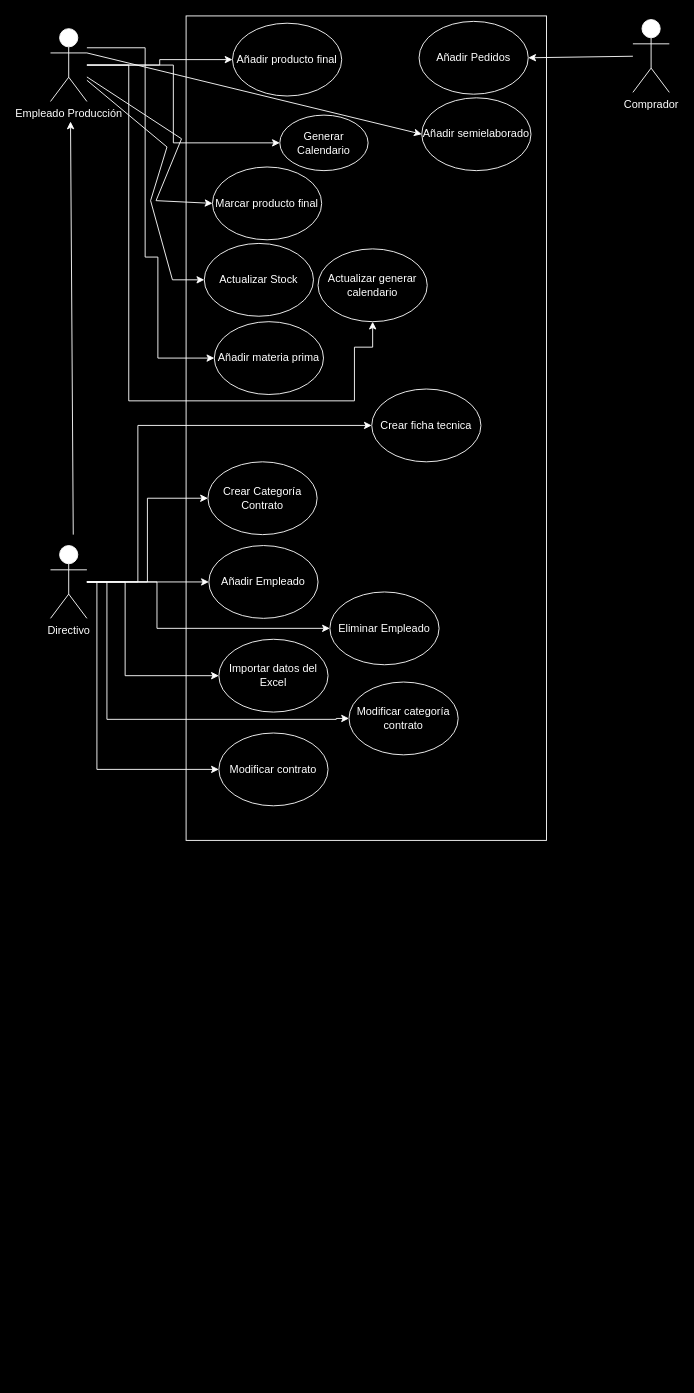
Earlier version of the draw.io diagram assets/Diagramas Casos de Uso/Diagrama casos uso.drawio (gis-ir/IR-02-11). Source tidied: cells renumbered, new cells numbered last; positions are measured from the earlier drawing's top-left corner, leaving out a move shared by most shapes. Both pictures are drawn from the tidied source at 91%, with x=0, y=0 at pixel (50, 15).
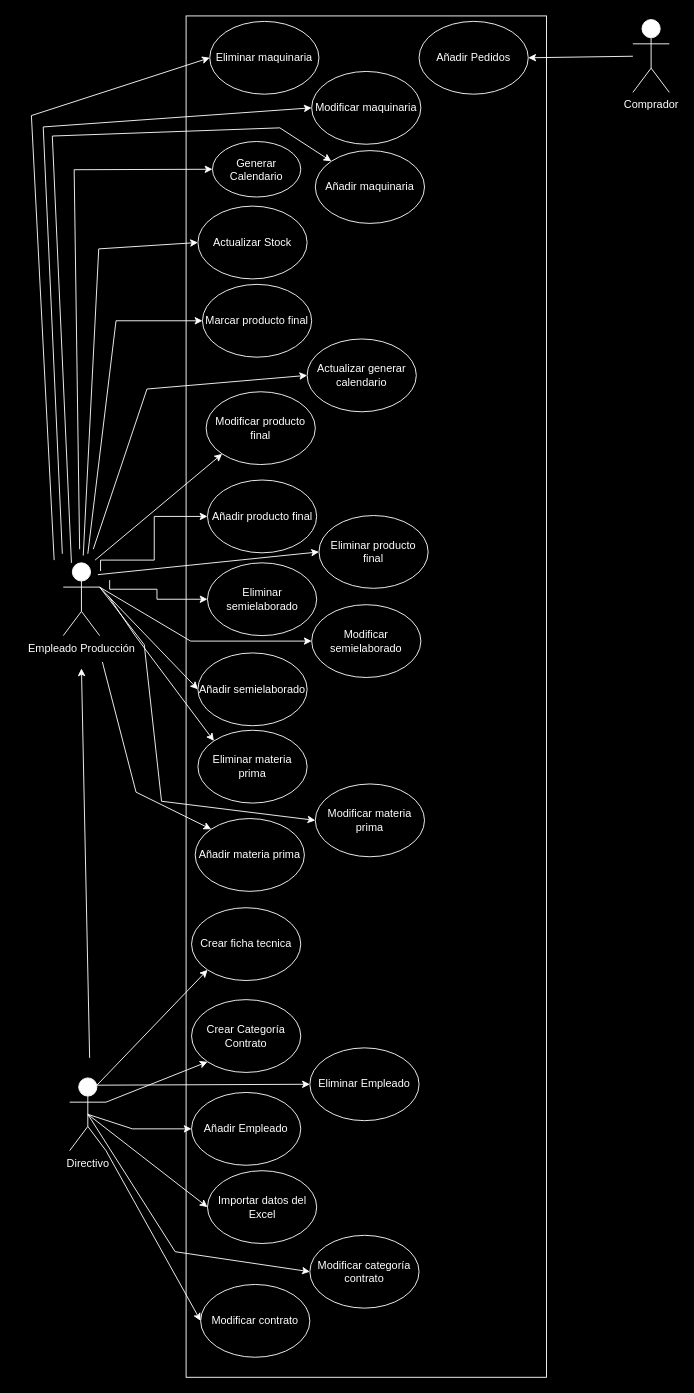
After the change.

Commit message (it also covers changes not shown here):
diagrama casos uso ultimo

Change to the diagram source:
```diff
@@
     <mxCell id="2" value="&lt;font color=&quot;#ffffff&quot;&gt;Directivo&lt;/font&gt;" style="shape=umlActor;verticalLabelPosition=bottom;verticalAlign=top;html=1;outlineConnect=0;strokeColor=#FFFFFF;" parent="1" vertex="1">
-      <mxGeometry y="582" width="40" height="80" as="geometry" />
+      <mxGeometry x="21" y="1167" width="40" height="80" as="geometry" />
     </mxCell>
-    <mxCell id="3" style="edgeStyle=orthogonalEdgeStyle;rounded=0;jettySize=auto;html=1;" parent="1" edge="1" source="4">
-      <mxGeometry relative="1" as="geometry">
-        <mxPoint x="49" y="276" as="targetPoint" />
-      </mxGeometry>
-    </mxCell>
-    <mxCell id="4" value="&lt;font color=&quot;#ffffff&quot;&gt;Empleado Producción&lt;/font&gt;" style="shape=umlActor;verticalLabelPosition=bottom;verticalAlign=top;html=1;outlineConnect=0;strokeColor=#FFFFFF;" parent="1" vertex="1">
-      <mxGeometry y="14" width="40" height="80" as="geometry" />
-    </mxCell>
     <mxCell id="5" style="rounded=0;whiteSpace=wrap;html=1;strokeColor=#FFFFFF;gradientColor=none;fillColor=#000000;" parent="1" vertex="1">
-      <mxGeometry x="149" width="396" height="906" as="geometry" />
+      <mxGeometry x="149" width="396" height="1496" as="geometry" />
     </mxCell>
-    <mxCell id="6" style="endArrow=classic;html=1;rounded=0;strokeColor=#FFFFFF;" parent="1" edge="1">
-      <mxGeometry relative="1" as="geometry">
-        <mxPoint x="25" y="570" as="sourcePoint" />
-        <mxPoint x="22" y="116" as="targetPoint" />
-      </mxGeometry>
-    </mxCell>
     <mxCell id="7" value="Añadir Empleado" style="ellipse;whiteSpace=wrap;html=1;strokeColor=#FFFFFF;fillColor=none;fontColor=#FFFFFF;" parent="1" vertex="1">
-      <mxGeometry x="174" y="582" width="120" height="80" as="geometry" />
+      <mxGeometry x="155" y="1183" width="120" height="80" as="geometry" />
     </mxCell>
@@
     <mxCell id="9" value="Actualizar Stock" style="ellipse;whiteSpace=wrap;html=1;strokeColor=#FFFFFF;fillColor=#000000;fontColor=#FFFFFF;" parent="1" vertex="1">
-      <mxGeometry x="169" y="250" width="120" height="80" as="geometry" />
+      <mxGeometry x="162" y="209" width="120" height="80" as="geometry" />
     </mxCell>
     <mxCell id="10" value="Marcar producto final" style="ellipse;whiteSpace=wrap;html=1;strokeColor=#FFFFFF;fillColor=#000000;fontColor=#FFFFFF;" parent="1" vertex="1">
-      <mxGeometry x="178" y="166" width="120" height="80" as="geometry" />
+      <mxGeometry x="167" y="295" width="120" height="80" as="geometry" />
     </mxCell>
-    <mxCell id="11" style="endArrow=classic;html=1;rounded=0;entryX=0;entryY=0.5;entryDx=0;entryDy=0;strokeColor=#FFFFFF;" parent="1" edge="1" source="2" target="7">
-      <mxGeometry relative="1" as="geometry" />
-    </mxCell>
@@
-    <mxCell id="13" style="endArrow=classic;html=1;rounded=0;entryX=0;entryY=0.5;entryDx=0;entryDy=0;strokeColor=#FFFFFF;" parent="1" edge="1" source="4" target="9">
-      <mxGeometry relative="1" as="geometry">
-        <Array as="points">
-          <mxPoint x="128" y="144" />
-          <mxPoint x="110" y="203" />
-          <mxPoint x="134" y="290" />
-        </Array>
-      </mxGeometry>
-    </mxCell>
-    <mxCell id="14" style="endArrow=classic;html=1;rounded=0;entryX=0;entryY=0.5;entryDx=0;entryDy=0;strokeColor=#FFFFFF;" parent="1" edge="1" source="4" target="10">
-      <mxGeometry relative="1" as="geometry">
-        <Array as="points">
-          <mxPoint x="144" y="135" />
-          <mxPoint x="116" y="203" />
-        </Array>
-      </mxGeometry>
-    </mxCell>
@@
     <mxCell id="16" value="Importar datos del Excel" style="ellipse;whiteSpace=wrap;html=1;strokeColor=#FFFFFF;fillColor=none;fontColor=#FFFFFF;" parent="1" vertex="1">
-      <mxGeometry x="185" y="685" width="120" height="80" as="geometry" />
+      <mxGeometry x="172.5" y="1269" width="120" height="80" as="geometry" />
     </mxCell>
-    <mxCell id="17" style="edgeStyle=orthogonalEdgeStyle;rounded=0;jettySize=auto;html=1;strokeColor=#FFFFFF;entryX=0;entryY=0.5;entryDx=0;entryDy=0;" parent="1" edge="1" source="2" target="16">
-      <mxGeometry relative="1" as="geometry">
-        <Array as="points">
-          <mxPoint x="82" y="622" />
-          <mxPoint x="82" y="725" />
-        </Array>
-      </mxGeometry>
-    </mxCell>
     <mxCell id="18" value="Añadir materia prima" style="ellipse;whiteSpace=wrap;html=1;strokeColor=#FFFFFF;fillColor=none;fontColor=#FFFFFF;" parent="1" vertex="1">
-      <mxGeometry x="180" y="336" width="120" height="80" as="geometry" />
+      <mxGeometry x="159" y="882" width="120" height="80" as="geometry" />
     </mxCell>
-    <mxCell id="19" style="edgeStyle=orthogonalEdgeStyle;rounded=0;jettySize=auto;html=1;strokeColor=#FFFFFF;entryX=0;entryY=0.5;entryDx=0;entryDy=0;" parent="1" edge="1" source="4" target="18">
-      <mxGeometry relative="1" as="geometry">
-        <Array as="points">
-          <mxPoint x="104" y="35" />
-          <mxPoint x="104" y="265" />
-          <mxPoint x="118" y="265" />
-          <mxPoint x="118" y="376" />
-        </Array>
-      </mxGeometry>
-    </mxCell>
     <mxCell id="20" value="Añadir semielaborado" style="ellipse;whiteSpace=wrap;html=1;strokeColor=#FFFFFF;fillColor=none;fontColor=#FFFFFF;" parent="1" vertex="1">
-      <mxGeometry x="408" y="90" width="120" height="80" as="geometry" />
+      <mxGeometry x="162" y="700" width="120" height="80" as="geometry" />
     </mxCell>
@@
     <mxCell id="22" value="Crear ficha tecnica" style="ellipse;whiteSpace=wrap;html=1;strokeColor=#FFFFFF;fillColor=none;fontColor=#FFFFFF;" parent="1" vertex="1">
-      <mxGeometry x="353" y="410" width="120" height="80" as="geometry" />
+      <mxGeometry x="155" y="980" width="120" height="80" as="geometry" />
     </mxCell>
-    <mxCell id="23" style="edgeStyle=orthogonalEdgeStyle;rounded=0;jettySize=auto;html=1;entryX=0;entryY=0.5;entryDx=0;entryDy=0;strokeColor=#FFFFFF;" parent="1" edge="1" source="2" target="22">
-      <mxGeometry relative="1" as="geometry">
-        <Array as="points">
-          <mxPoint x="96" y="622" />
-          <mxPoint x="96" y="450" />
-        </Array>
-      </mxGeometry>
-    </mxCell>
     <mxCell id="24" value="Eliminar Empleado" style="ellipse;whiteSpace=wrap;html=1;strokeColor=#FFFFFF;fillColor=none;fontColor=#FFFFFF;" parent="1" vertex="1">
-      <mxGeometry x="307" y="633" width="120" height="80" as="geometry" />
+      <mxGeometry x="285" y="1134" width="120" height="80" as="geometry" />
     </mxCell>
-    <mxCell id="25" style="edgeStyle=orthogonalEdgeStyle;rounded=0;jettySize=auto;html=1;entryX=0;entryY=0.5;entryDx=0;entryDy=0;strokeColor=#FFFFFF;" parent="1" edge="1" source="2" target="24">
-      <mxGeometry relative="1" as="geometry">
-        <Array as="points">
-          <mxPoint x="117" y="622" />
-          <mxPoint x="117" y="673" />
-        </Array>
-      </mxGeometry>
-    </mxCell>
     <mxCell id="26" value="Crear Categoría Contrato" style="ellipse;whiteSpace=wrap;html=1;strokeColor=#FFFFFF;fillColor=none;fontColor=#FFFFFF;" parent="1" vertex="1">
-      <mxGeometry x="173" y="490" width="120" height="80" as="geometry" />
+      <mxGeometry x="155" y="1081" width="120" height="80" as="geometry" />
     </mxCell>
-    <mxCell id="27" style="edgeStyle=orthogonalEdgeStyle;rounded=0;jettySize=auto;html=1;entryX=0;entryY=0.5;entryDx=0;entryDy=0;strokeColor=#ffffff;" parent="1" edge="1" source="2" target="26">
-      <mxGeometry relative="1" as="geometry" />
-    </mxCell>
     <mxCell id="28" value="Modificar categoría contrato" style="ellipse;whiteSpace=wrap;html=1;strokeColor=#FFFFFF;fillColor=none;fontColor=#FFFFFF;" parent="1" vertex="1">
-      <mxGeometry x="328" y="732" width="120" height="80" as="geometry" />
+      <mxGeometry x="285" y="1340" width="120" height="80" as="geometry" />
     </mxCell>
-    <mxCell id="29" style="edgeStyle=orthogonalEdgeStyle;rounded=0;jettySize=auto;html=1;entryX=0;entryY=0.5;entryDx=0;entryDy=0;strokeColor=#FFFFFF;" parent="1" edge="1" source="2" target="28">
-      <mxGeometry relative="1" as="geometry">
-        <Array as="points">
-          <mxPoint x="62" y="622" />
-          <mxPoint x="62" y="773" />
-          <mxPoint x="314" y="773" />
-        </Array>
-      </mxGeometry>
-    </mxCell>
     <mxCell id="30" value="Modificar contrato" style="ellipse;whiteSpace=wrap;html=1;strokeColor=#FFFFFF;fillColor=none;fontColor=#FFFFFF;" parent="1" vertex="1">
-      <mxGeometry x="185" y="788" width="120" height="80" as="geometry" />
+      <mxGeometry x="165" y="1394" width="120" height="80" as="geometry" />
     </mxCell>
-    <mxCell id="31" style="edgeStyle=orthogonalEdgeStyle;rounded=0;jettySize=auto;html=1;entryX=0;entryY=0.5;entryDx=0;entryDy=0;strokeColor=#FFFFFF;" parent="1" edge="1" source="2" target="30">
-      <mxGeometry relative="1" as="geometry">
-        <Array as="points">
-          <mxPoint x="51" y="622" />
-          <mxPoint x="51" y="828" />
-        </Array>
-      </mxGeometry>
-    </mxCell>
     <mxCell id="32" value="Añadir producto final" style="ellipse;whiteSpace=wrap;html=1;strokeColor=#FFFFFF;fillColor=none;fontColor=#FFFFFF;" parent="1" vertex="1">
-      <mxGeometry x="200" y="8" width="120" height="80" as="geometry" />
+      <mxGeometry x="172.5" y="510" width="120" height="80" as="geometry" />
     </mxCell>
-    <mxCell id="33" style="edgeStyle=orthogonalEdgeStyle;rounded=0;jettySize=auto;html=1;entryX=0;entryY=0.5;entryDx=0;entryDy=0;strokeColor=#FFFFFF;" parent="1" edge="1" source="4" target="32">
-      <mxGeometry relative="1" as="geometry" />
+    <mxCell id="33" style="edgeStyle=orthogonalEdgeStyle;rounded=0;jettySize=auto;html=1;entryX=0;entryY=0.5;entryDx=0;entryDy=0;strokeColor=#FFFFFF;" parent="1" edge="1" target="32">
+      <mxGeometry relative="1" as="geometry">
+        <mxPoint x="55" y="610" as="sourcePoint" />
+        <Array as="points">
+          <mxPoint x="55" y="598" />
+          <mxPoint x="114" y="598" />
+          <mxPoint x="114" y="550" />
+        </Array>
+      </mxGeometry>
     </mxCell>
     <mxCell id="34" value="Generar Calendario" style="ellipse;whiteSpace=wrap;html=1;strokeColor=#FFFFFF;fillColor=#000000;fontColor=#FFFFFF;" parent="1" vertex="1">
-      <mxGeometry x="252" y="109" width="97" height="61" as="geometry" />
+      <mxGeometry x="178" y="138" width="97" height="61" as="geometry" />
     </mxCell>
-    <mxCell id="35" style="edgeStyle=orthogonalEdgeStyle;rounded=0;jettySize=auto;html=1;entryX=0;entryY=0.5;entryDx=0;entryDy=0;strokeColor=#FFFFFF;" parent="1" edge="1" source="4" target="34">
-      <mxGeometry relative="1" as="geometry">
-        <Array as="points">
-          <mxPoint x="135" y="54" />
-          <mxPoint x="135" y="140" />
-        </Array>
-      </mxGeometry>
-    </mxCell>
     <mxCell id="36" value="Actualizar generar calendario" style="ellipse;whiteSpace=wrap;html=1;strokeColor=#FFFFFF;fillColor=#000000;fontColor=#FFFFFF;" parent="1" vertex="1">
-      <mxGeometry x="294" y="256" width="120" height="80" as="geometry" />
+      <mxGeometry x="282" y="355" width="120" height="80" as="geometry" />
     </mxCell>
-    <mxCell id="37" style="edgeStyle=orthogonalEdgeStyle;rounded=0;jettySize=auto;html=1;entryX=0.5;entryY=1;entryDx=0;entryDy=0;strokeColor=#FFFFFF;" parent="1" edge="1" source="4" target="36">
-      <mxGeometry relative="1" as="geometry">
-        <Array as="points">
-          <mxPoint x="86" y="54" />
-          <mxPoint x="86" y="423" />
-          <mxPoint x="334" y="423" />
-          <mxPoint x="334" y="364" />
-          <mxPoint x="354" y="364" />
-        </Array>
-      </mxGeometry>
-    </mxCell>
+    <mxCell id="31" style="endArrow=classic;html=1;rounded=0;strokeColor=#FFFFFF;exitX=1;exitY=1;exitDx=0;exitDy=0;exitPerimeter=0;entryX=0;entryY=0.5;entryDx=0;entryDy=0;" parent="1" edge="1" source="2" target="30">
+      <mxGeometry relative="1" as="geometry" />
+    </mxCell>
+    <mxCell id="11" style="endArrow=classic;html=1;rounded=0;strokeColor=#FFFFFF;exitX=0.5;exitY=0.5;exitDx=0;exitDy=0;exitPerimeter=0;entryX=0;entryY=0.5;entryDx=0;entryDy=0;" parent="1" edge="1" source="2" target="7">
+      <mxGeometry relative="1" as="geometry">
+        <Array as="points">
+          <mxPoint x="90" y="1223" />
+        </Array>
+      </mxGeometry>
+    </mxCell>
+    <mxCell id="17" style="endArrow=classic;html=1;rounded=0;strokeColor=#FFFFFF;exitX=0.5;exitY=0.5;exitDx=0;exitDy=0;exitPerimeter=0;entryX=0;entryY=0.5;entryDx=0;entryDy=0;" parent="1" edge="1" source="2" target="16">
+      <mxGeometry relative="1" as="geometry" />
+    </mxCell>
+    <mxCell id="23" style="endArrow=classic;html=1;rounded=0;strokeColor=#FFFFFF;exitX=0.75;exitY=0.1;exitDx=0;exitDy=0;exitPerimeter=0;entryX=0;entryY=1;entryDx=0;entryDy=0;" parent="1" edge="1" source="2" target="22">
+      <mxGeometry relative="1" as="geometry" />
+    </mxCell>
+    <mxCell id="27" style="endArrow=classic;html=1;rounded=0;strokeColor=#FFFFFF;exitX=1;exitY=0.3333333333333333;exitDx=0;exitDy=0;exitPerimeter=0;entryX=0;entryY=1;entryDx=0;entryDy=0;" parent="1" edge="1" source="2" target="26">
+      <mxGeometry relative="1" as="geometry" />
+    </mxCell>
+    <mxCell id="25" style="endArrow=classic;html=1;rounded=0;strokeColor=#FFFFFF;exitX=0.75;exitY=0.1;exitDx=0;exitDy=0;exitPerimeter=0;entryX=0;entryY=0.5;entryDx=0;entryDy=0;" parent="1" edge="1" source="2" target="24">
+      <mxGeometry relative="1" as="geometry" />
+    </mxCell>
+    <mxCell id="29" style="endArrow=classic;html=1;rounded=0;strokeColor=#FFFFFF;exitX=0.5;exitY=0.5;exitDx=0;exitDy=0;exitPerimeter=0;entryX=0;entryY=0.5;entryDx=0;entryDy=0;" parent="1" edge="1" source="2" target="28">
+      <mxGeometry relative="1" as="geometry">
+        <Array as="points">
+          <mxPoint x="137" y="1358" />
+        </Array>
+      </mxGeometry>
+    </mxCell>
+    <mxCell id="38" style="endArrow=classic;html=1;rounded=0;strokeColor=#FFFFFF;" parent="1" edge="1">
+      <mxGeometry relative="1" as="geometry">
+        <mxPoint x="43" y="1145" as="sourcePoint" />
+        <mxPoint x="34" y="717" as="targetPoint" />
+      </mxGeometry>
+    </mxCell>
+    <mxCell id="4" value="&lt;font color=&quot;#ffffff&quot;&gt;Empleado Producción&lt;/font&gt;" style="shape=umlActor;verticalLabelPosition=bottom;verticalAlign=top;html=1;outlineConnect=0;strokeColor=#FFFFFF;" parent="1" vertex="1">
+      <mxGeometry x="14" y="601" width="40" height="80" as="geometry" />
+    </mxCell>
+    <mxCell id="39" value="Eliminar materia prima" style="ellipse;whiteSpace=wrap;html=1;strokeColor=#FFFFFF;fillColor=none;fontColor=#FFFFFF;" parent="1" vertex="1">
+      <mxGeometry x="162" y="785" width="120" height="80" as="geometry" />
+    </mxCell>
+    <mxCell id="40" value="Modificar materia prima" style="ellipse;whiteSpace=wrap;html=1;strokeColor=#FFFFFF;fillColor=none;fontColor=#FFFFFF;" parent="1" vertex="1">
+      <mxGeometry x="291" y="844" width="120" height="80" as="geometry" />
+    </mxCell>
+    <mxCell id="41" value="Modificar semielaborado" style="ellipse;whiteSpace=wrap;html=1;strokeColor=#FFFFFF;fillColor=none;fontColor=#FFFFFF;" parent="1" vertex="1">
+      <mxGeometry x="287" y="647" width="120" height="80" as="geometry" />
+    </mxCell>
+    <mxCell id="42" value="Eliminar semielaborado" style="ellipse;whiteSpace=wrap;html=1;strokeColor=#FFFFFF;fillColor=none;fontColor=#FFFFFF;" parent="1" vertex="1">
+      <mxGeometry x="172.5" y="601" width="120" height="80" as="geometry" />
+    </mxCell>
+    <mxCell id="43" style="edgeStyle=orthogonalEdgeStyle;rounded=0;jettySize=auto;html=1;entryX=0;entryY=0.5;entryDx=0;entryDy=0;strokeColor=#FFFFFF;" parent="1" edge="1" target="42">
+      <mxGeometry relative="1" as="geometry">
+        <mxPoint x="65" y="620" as="sourcePoint" />
+        <Array as="points">
+          <mxPoint x="65" y="630" />
+          <mxPoint x="117" y="630" />
+          <mxPoint x="117" y="641" />
+        </Array>
+      </mxGeometry>
+    </mxCell>
+    <mxCell id="44" style="endArrow=classic;html=1;rounded=0;exitX=1;exitY=0.3333333333333333;exitDx=0;exitDy=0;exitPerimeter=0;entryX=0;entryY=0.5;entryDx=0;entryDy=0;strokeColor=#ffffff;" parent="1" edge="1" source="4" target="41">
+      <mxGeometry relative="1" as="geometry">
+        <Array as="points">
+          <mxPoint x="154" y="687" />
+        </Array>
+      </mxGeometry>
+    </mxCell>
+    <mxCell id="45" style="endArrow=classic;html=1;rounded=0;exitX=1;exitY=0.3333333333333333;exitDx=0;exitDy=0;exitPerimeter=0;entryX=0;entryY=0;entryDx=0;entryDy=0;strokeColor=#ffffff;" parent="1" edge="1" target="39">
+      <mxGeometry relative="1" as="geometry">
+        <mxPoint x="64" y="638" as="sourcePoint" />
+        <Array as="points">
+          <mxPoint x="93" y="681" />
+        </Array>
+      </mxGeometry>
+    </mxCell>
+    <mxCell id="46" style="endArrow=classic;html=1;rounded=0;exitX=1;exitY=0.3333333333333333;exitDx=0;exitDy=0;exitPerimeter=0;entryX=0;entryY=0.5;entryDx=0;entryDy=0;strokeColor=#ffffff;" parent="1" edge="1" source="4" target="40">
+      <mxGeometry relative="1" as="geometry">
+        <Array as="points">
+          <mxPoint x="103" y="691" />
+          <mxPoint x="122" y="863" />
+        </Array>
+      </mxGeometry>
+    </mxCell>
+    <mxCell id="47" style="endArrow=classic;html=1;rounded=0;entryX=0;entryY=0;entryDx=0;entryDy=0;strokeColor=#ffffff;" parent="1" edge="1" target="18">
+      <mxGeometry relative="1" as="geometry">
+        <mxPoint x="57" y="710" as="sourcePoint" />
+        <Array as="points">
+          <mxPoint x="94" y="853" />
+        </Array>
+      </mxGeometry>
+    </mxCell>
+    <mxCell id="48" value="Eliminar producto final" style="ellipse;whiteSpace=wrap;html=1;strokeColor=#FFFFFF;fillColor=none;fontColor=#FFFFFF;" parent="1" vertex="1">
+      <mxGeometry x="295" y="549" width="120" height="80" as="geometry" />
+    </mxCell>
+    <mxCell id="49" value="Modificar producto final" style="ellipse;whiteSpace=wrap;html=1;strokeColor=#FFFFFF;fillColor=none;fontColor=#FFFFFF;" parent="1" vertex="1">
+      <mxGeometry x="171" y="413" width="120" height="80" as="geometry" />
+    </mxCell>
+    <mxCell id="50" style="endArrow=classic;html=1;rounded=0;entryX=0;entryY=1;entryDx=0;entryDy=0;strokeColor=#ffffff;" parent="1" edge="1" target="49">
+      <mxGeometry relative="1" as="geometry">
+        <mxPoint x="49" y="598" as="sourcePoint" />
+      </mxGeometry>
+    </mxCell>
+    <mxCell id="51" style="endArrow=classic;html=1;rounded=0;entryX=0;entryY=0.5;entryDx=0;entryDy=0;strokeColor=#ffffff;" parent="1" edge="1" target="48">
+      <mxGeometry relative="1" as="geometry">
+        <mxPoint x="52" y="614" as="sourcePoint" />
+      </mxGeometry>
+    </mxCell>
+    <mxCell id="52" style="endArrow=classic;html=1;rounded=0;strokeColor=#FFFFFF;entryX=0;entryY=0.5;entryDx=0;entryDy=0;" parent="1" edge="1" target="34">
+      <mxGeometry relative="1" as="geometry">
+        <mxPoint x="32" y="586" as="sourcePoint" />
+        <Array as="points">
+          <mxPoint x="26" y="169" />
+        </Array>
+      </mxGeometry>
+    </mxCell>
+    <mxCell id="53" style="endArrow=classic;html=1;rounded=0;strokeColor=#FFFFFF;entryX=0;entryY=0.5;entryDx=0;entryDy=0;" parent="1" edge="1" target="9">
+      <mxGeometry relative="1" as="geometry">
+        <mxPoint x="36" y="593" as="sourcePoint" />
+        <Array as="points">
+          <mxPoint x="53" y="256" />
+        </Array>
+      </mxGeometry>
+    </mxCell>
+    <mxCell id="54" style="endArrow=classic;html=1;rounded=0;strokeColor=#FFFFFF;entryX=0;entryY=0.5;entryDx=0;entryDy=0;" parent="1" edge="1" target="10">
+      <mxGeometry relative="1" as="geometry">
+        <mxPoint x="41" y="591" as="sourcePoint" />
+        <Array as="points">
+          <mxPoint x="72" y="335" />
+        </Array>
+      </mxGeometry>
+    </mxCell>
+    <mxCell id="55" style="endArrow=classic;html=1;rounded=0;strokeColor=#FFFFFF;entryX=0;entryY=0.5;entryDx=0;entryDy=0;" parent="1" edge="1" target="36">
+      <mxGeometry relative="1" as="geometry">
+        <mxPoint x="47" y="586" as="sourcePoint" />
+        <Array as="points">
+          <mxPoint x="106" y="410" />
+        </Array>
+      </mxGeometry>
+    </mxCell>
+    <mxCell id="56" value="Eliminar maquinaria" style="ellipse;whiteSpace=wrap;html=1;strokeColor=#FFFFFF;fillColor=none;fontColor=#FFFFFF;" parent="1" vertex="1">
+      <mxGeometry x="175" y="6" width="120" height="80" as="geometry" />
+    </mxCell>
+    <mxCell id="57" style="endArrow=classic;html=1;rounded=0;strokeColor=#FFFFFF;entryX=0;entryY=0.5;entryDx=0;entryDy=0;" parent="1" edge="1" target="59">
+      <mxGeometry relative="1" as="geometry">
+        <mxPoint x="13" y="591" as="sourcePoint" />
+        <Array as="points">
+          <mxPoint x="-8" y="122" />
+        </Array>
+      </mxGeometry>
+    </mxCell>
+    <mxCell id="58" value="Añadir maquinaria" style="ellipse;whiteSpace=wrap;html=1;strokeColor=#FFFFFF;fillColor=none;fontColor=#FFFFFF;" parent="1" vertex="1">
+      <mxGeometry x="291" y="148" width="120" height="80" as="geometry" />
+    </mxCell>
+    <mxCell id="59" value="Modificar maquinaria" style="ellipse;whiteSpace=wrap;html=1;strokeColor=#FFFFFF;fillColor=none;fontColor=#FFFFFF;" parent="1" vertex="1">
+      <mxGeometry x="287" y="61" width="120" height="80" as="geometry" />
+    </mxCell>
+    <mxCell id="60" style="endArrow=classic;html=1;rounded=0;strokeColor=#FFFFFF;entryX=0;entryY=0;entryDx=0;entryDy=0;" parent="1" edge="1" target="58">
+      <mxGeometry relative="1" as="geometry">
+        <mxPoint x="23" y="601" as="sourcePoint" />
+        <Array as="points">
+          <mxPoint x="2" y="132" />
+          <mxPoint x="252" y="123" />
+        </Array>
+      </mxGeometry>
+    </mxCell>
+    <mxCell id="61" style="endArrow=classic;html=1;rounded=0;strokeColor=#FFFFFF;entryX=0;entryY=0.5;entryDx=0;entryDy=0;" parent="1" edge="1" target="56">
+      <mxGeometry relative="1" as="geometry">
+        <mxPoint x="4" y="598" as="sourcePoint" />
+        <Array as="points">
+          <mxPoint x="-21" y="109.5" />
+        </Array>
+      </mxGeometry>
+    </mxCell>
```
